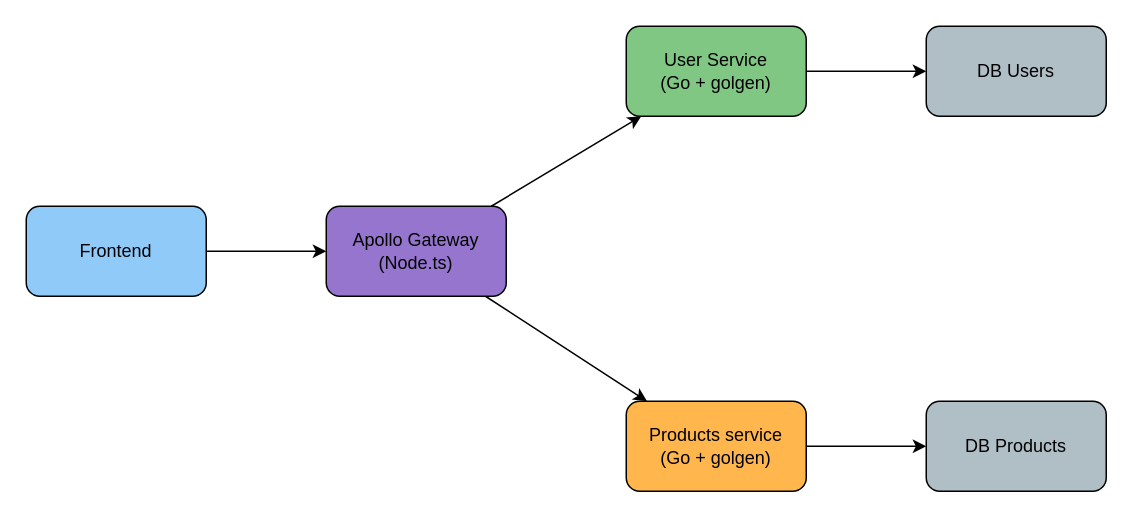
The draw.io diagram gofed/docs/arquitecture.drawio in lorenaziviani/go_fed, before the edit. Source tidied: cells renumbered, new cells numbered last; positions are measured from the earlier drawing's top-left corner, leaving out a move shared by most shapes. Both pictures are drawn from the tidied source at 150%, with x=0, y=0 at pixel (26, 26).
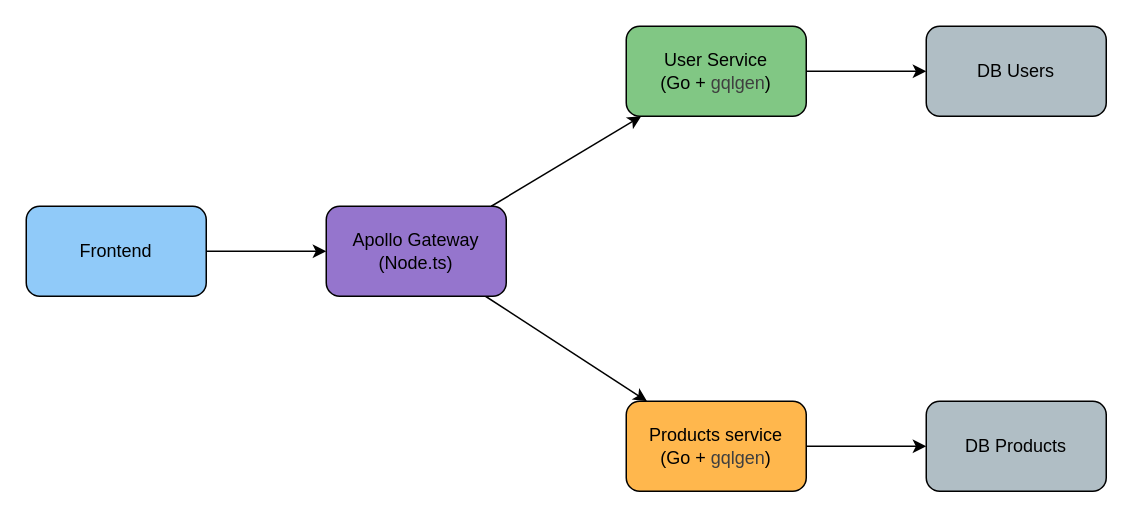
The same diagram, later.

What changed in the source:
```diff
@@
 <mxGraphModel>
   <root>
     <mxCell id="0" />
     <mxCell id="1" parent="0" />
     <mxCell id="2" style="edgeStyle=none;html=1;" parent="1" edge="1" source="3" target="6">
       <mxGeometry relative="1" as="geometry" />
     </mxCell>
     <mxCell id="3" value="Frontend" style="rounded=1;whiteSpace=wrap;html=1;fillColor=#90CAF9;" parent="1" vertex="1">
       <mxGeometry y="120" width="120" height="60" as="geometry" />
     </mxCell>
     <mxCell id="4" style="edgeStyle=none;html=1;" parent="1" edge="1" source="6" target="8">
       <mxGeometry relative="1" as="geometry" />
     </mxCell>
     <mxCell id="5" style="edgeStyle=none;html=1;" parent="1" edge="1" source="6" target="10">
       <mxGeometry relative="1" as="geometry" />
     </mxCell>
     <mxCell id="6" value="Apollo Gateway&lt;div&gt;(Node.ts)&lt;/div&gt;" style="rounded=1;whiteSpace=wrap;html=1;fillColor=#9575CD;" parent="1" vertex="1">
       <mxGeometry x="200" y="120" width="120" height="60" as="geometry" />
     </mxCell>
     <mxCell id="7" style="edgeStyle=none;html=1;" parent="1" edge="1" source="8" target="11">
       <mxGeometry relative="1" as="geometry" />
     </mxCell>
-    <mxCell id="8" value="User Service&lt;div&gt;(Go + golgen)&lt;/div&gt;" style="rounded=1;whiteSpace=wrap;html=1;fillColor=#81C784;" parent="1" vertex="1">
+    <mxCell id="8" value="User Service&lt;div&gt;(Go +&amp;nbsp;&lt;span style=&quot;color: rgb(63, 63, 63);&quot;&gt;gqlgen&lt;/span&gt;)&lt;/div&gt;" style="rounded=1;whiteSpace=wrap;html=1;fillColor=#81C784;" parent="1" vertex="1">
       <mxGeometry x="400" width="120" height="60" as="geometry" />
     </mxCell>
     <mxCell id="9" style="edgeStyle=none;html=1;" parent="1" edge="1" source="10" target="12">
       <mxGeometry relative="1" as="geometry" />
     </mxCell>
-    <mxCell id="10" value="Products service&lt;div&gt;(Go + golgen)&lt;/div&gt;" style="rounded=1;whiteSpace=wrap;html=1;fillColor=#FFB74D;" parent="1" vertex="1">
+    <mxCell id="10" value="Products service&lt;div&gt;(Go +&amp;nbsp;&lt;span style=&quot;color: rgb(63, 63, 63);&quot;&gt;gqlgen&lt;/span&gt;)&lt;/div&gt;" style="rounded=1;whiteSpace=wrap;html=1;fillColor=#FFB74D;" parent="1" vertex="1">
       <mxGeometry x="400" y="250" width="120" height="60" as="geometry" />
     </mxCell>
     <mxCell id="11" value="DB Users" style="rounded=1;whiteSpace=wrap;html=1;fillColor=#B0BEC5;" parent="1" vertex="1">
       <mxGeometry x="600" width="120" height="60" as="geometry" />
     </mxCell>
     <mxCell id="12" value="DB Products" style="rounded=1;whiteSpace=wrap;html=1;fillColor=#B0BEC5;" parent="1" vertex="1">
       <mxGeometry x="600" y="250" width="120" height="60" as="geometry" />
     </mxCell>
   </root>
 </mxGraphModel>
```
